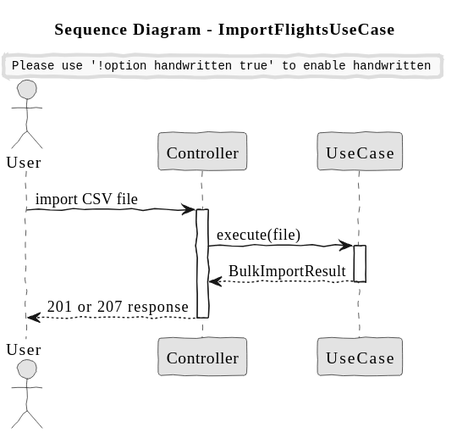
Earlier version of the PlantUML export docs/system-documentation/use-cases/BONUS/US225/svg/sd_ImportFlightsUseCase.svg (VascoMagolo/psoft_1231562_1241692_1242036_2db). Source of this version:
```plantuml
@startuml
skinparam handwritten true
skinparam monochrome true
skinparam packageStyle rect
skinparam defaultFontName FG Virgil
skinparam shadowing false

title Sequence Diagram - ImportFlightsUseCase

actor "User" as user
participant "Controller" as ctrl
participant "UseCase" as uc

user -> ctrl: import CSV file
activate ctrl
ctrl -> uc: execute(file)
activate uc
uc --> ctrl: BulkImportResult
deactivate uc
ctrl --> user: 201 or 207 response
deactivate ctrl
@enduml
```
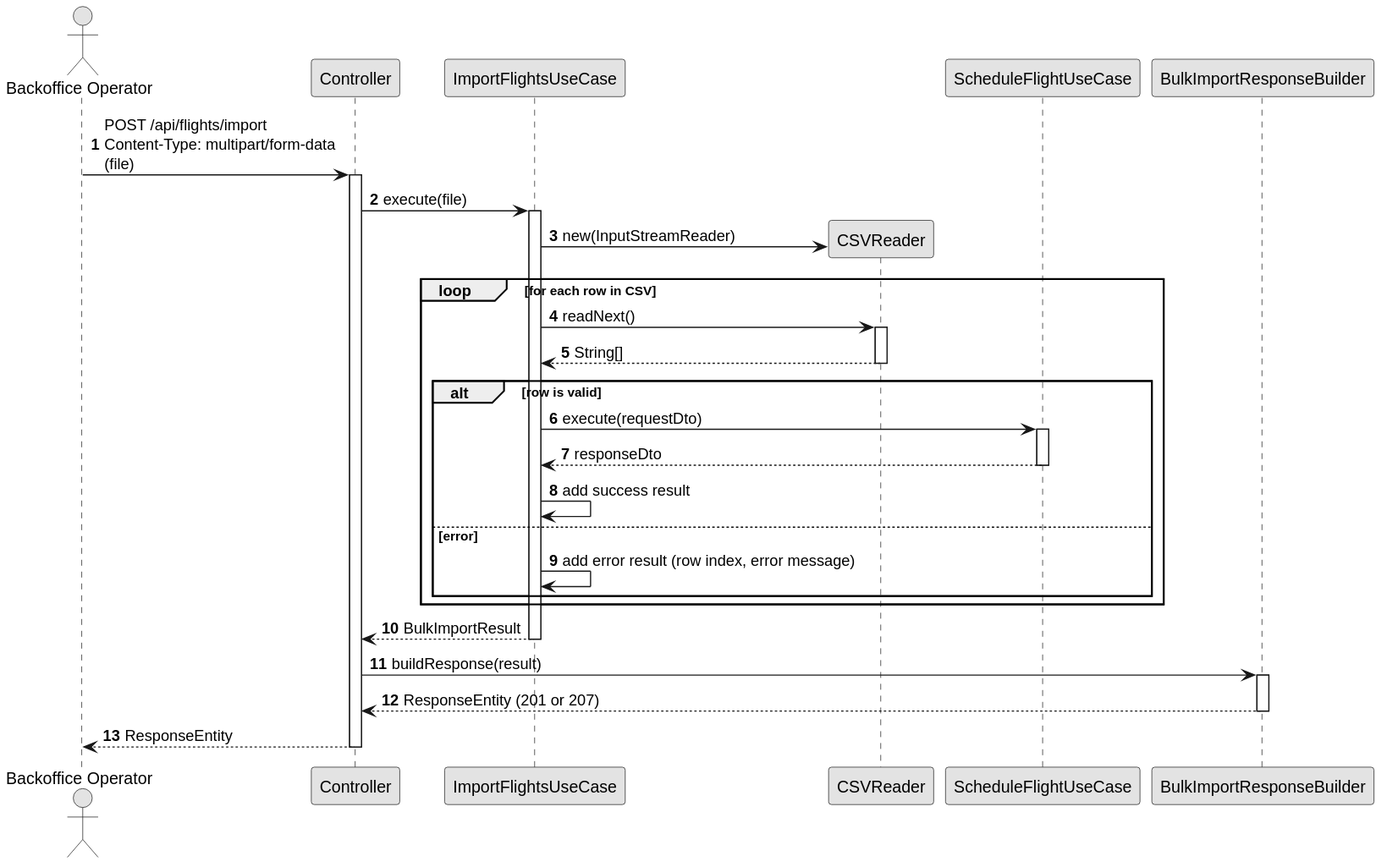
Above is the later version.

The edit, as a diff of the source:
```diff
@@ -1,22 +1,48 @@
 @startuml
-skinparam handwritten true
+autonumber
 skinparam monochrome true
 skinparam packageStyle rect
-skinparam defaultFontName FG Virgil
 skinparam shadowing false
 
-title Sequence Diagram - ImportFlightsUseCase
+actor "Backoffice Operator" as Actor
+participant "Controller" as Ctrl
+participant "ImportFlightsUseCase" as UC
+participant "CSVReader" as Reader
+participant "ScheduleFlightUseCase" as InnerUC
+participant "BulkImportResponseBuilder" as Builder
 
-actor "User" as user
-participant "Controller" as ctrl
-participant "UseCase" as uc
+Actor -> Ctrl : POST /api/flights/import\nContent-Type: multipart/form-data\n(file)
+activate Ctrl
 
-user -> ctrl: import CSV file
-activate ctrl
-ctrl -> uc: execute(file)
-activate uc
-uc --> ctrl: BulkImportResult
-deactivate uc
-ctrl --> user: 201 or 207 response
-deactivate ctrl
+Ctrl -> UC : execute(file)
+activate UC
+
+UC -> Reader ** : new(InputStreamReader)
+loop for each row in CSV
+    UC -> Reader : readNext()
+    activate Reader
+    Reader --> UC : String[]
+    deactivate Reader
+
+    alt row is valid
+        UC -> InnerUC : execute(requestDto)
+        activate InnerUC
+        InnerUC --> UC : responseDto
+        deactivate InnerUC
+        UC -> UC : add success result
+    else error
+        UC -> UC : add error result (row index, error message)
+    end
+end
+
+UC --> Ctrl : BulkImportResult
+deactivate UC
+
+Ctrl -> Builder : buildResponse(result)
+activate Builder
+Builder --> Ctrl : ResponseEntity (201 or 207)
+deactivate Builder
+
+Ctrl --> Actor : ResponseEntity
+deactivate Ctrl
 @enduml
```
